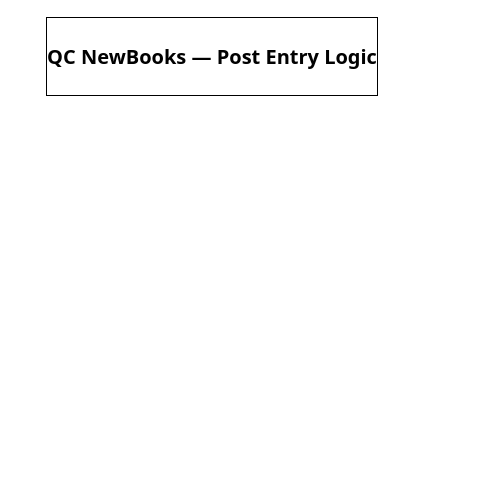
This is QC_NewBooks_Diagrams.drawio from BacchusW/diagram-qc-new-books, a draw.io file, before an edit. Source tidied: cells renumbered, new cells numbered last; positions are measured from the earlier drawing's top-left corner, leaving out a move shared by most shapes. Both pictures are drawn from the tidied source at 100%, with x=0, y=0 at pixel (17, 41).
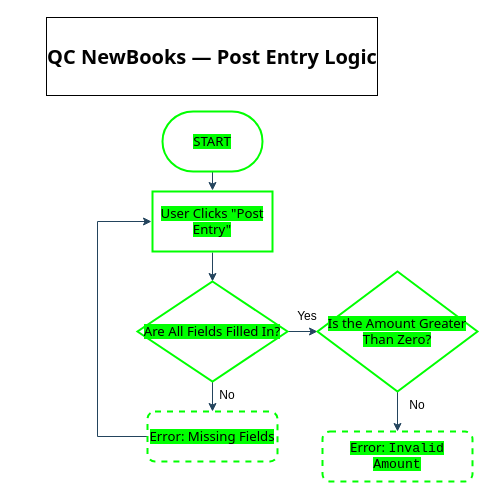
The same page after the edit.

Diff of the diagram source:
```diff
@@
+    <mxCell id="3" style="edgeStyle=orthogonalEdgeStyle;rounded=0;jettySize=auto;html=1;exitX=0.5;exitY=1;exitDx=0;exitDy=0;exitPerimeter=0;entryX=0.5;entryY=0;entryDx=0;entryDy=0;strokeColor=#23445D;" parent="1" edge="1" source="4" target="6">
+      <mxGeometry relative="1" as="geometry" />
+    </mxCell>
+    <mxCell id="4" value="&lt;span style=&quot;font-size: 13.192px; text-align: start; background-color: rgb(0, 255, 0);&quot;&gt;&lt;font style=&quot;color: rgb(0, 0, 0);&quot; face=&quot;Tahoma&quot;&gt;START&lt;/font&gt;&lt;/span&gt;" style="strokeWidth=2;html=1;shape=mxgraph.flowchart.terminator;whiteSpace=wrap;strokeColor=#00FF00;fontColor=#FFFFFF;fillColor=#FFFFFF;labelBackgroundColor=default;" parent="1" vertex="1">
+      <mxGeometry x="145" y="70" width="100" height="60" as="geometry" />
+    </mxCell>
+    <mxCell id="5" style="edgeStyle=orthogonalEdgeStyle;rounded=0;jettySize=auto;html=1;exitX=0.5;exitY=1;exitDx=0;exitDy=0;entryX=0.5;entryY=0;entryDx=0;entryDy=0;strokeColor=#23445D;" parent="1" edge="1" source="6" target="9">
+      <mxGeometry relative="1" as="geometry" />
+    </mxCell>
+    <mxCell id="6" value="&lt;span style=&quot;font-size: 13.192px; text-align: start; background-color: rgb(0, 255, 0);&quot;&gt;&lt;font style=&quot;color: rgb(0, 0, 0);&quot; face=&quot;Tahoma&quot;&gt;User Clicks &quot;Post Entry&quot;&lt;/font&gt;&lt;/span&gt;" style="rounded=0;whiteSpace=wrap;html=1;strokeColor=#00FF00;fontColor=#FFFFFF;fillColor=#FFFFFF;perimeterSpacing=1;strokeWidth=2;" parent="1" vertex="1">
+      <mxGeometry x="135" y="150" width="120" height="60" as="geometry" />
+    </mxCell>
+    <mxCell id="7" style="edgeStyle=orthogonalEdgeStyle;rounded=0;jettySize=auto;html=1;exitX=0.5;exitY=1;exitDx=0;exitDy=0;entryX=0.5;entryY=0;entryDx=0;entryDy=0;strokeColor=#23445D;" parent="1" edge="1" source="9" target="11">
+      <mxGeometry relative="1" as="geometry" />
+    </mxCell>
+    <mxCell id="8" style="edgeStyle=orthogonalEdgeStyle;rounded=0;jettySize=auto;html=1;exitX=1;exitY=0.5;exitDx=0;exitDy=0;strokeColor=#23445D;" parent="1" edge="1" source="9">
+      <mxGeometry relative="1" as="geometry">
+        <mxPoint x="300" y="290" as="targetPoint" />
+      </mxGeometry>
+    </mxCell>
+    <mxCell id="9" value="&lt;span style=&quot;font-size: 13.192px; text-align: start; background-color: rgb(0, 255, 0);&quot;&gt;&lt;font style=&quot;color: rgb(0, 0, 0);&quot; face=&quot;Tahoma&quot;&gt;Are All Fields Filled In?&lt;/font&gt;&lt;/span&gt;" style="rhombus;whiteSpace=wrap;html=1;strokeColor=#00FF00;fontColor=#FFFFFF;fillColor=#FFFFFF;strokeWidth=2;" parent="1" vertex="1">
+      <mxGeometry x="120" y="240" width="150" height="100" as="geometry" />
+    </mxCell>
+    <mxCell id="10" style="edgeStyle=orthogonalEdgeStyle;rounded=0;jettySize=auto;html=1;exitX=0;exitY=0.5;exitDx=0;exitDy=0;entryX=0;entryY=0.5;entryDx=0;entryDy=0;strokeColor=#23445D;" parent="1" edge="1" source="11" target="6">
+      <mxGeometry relative="1" as="geometry">
+        <Array as="points">
+          <mxPoint x="80" y="395" />
+          <mxPoint x="80" y="180" />
+        </Array>
+      </mxGeometry>
+    </mxCell>
+    <mxCell id="11" value="&lt;span style=&quot;font-size: 13.192px; text-align: start; background-color: rgb(0, 255, 0);&quot;&gt;&lt;font style=&quot;color: rgb(0, 0, 0);&quot; face=&quot;Tahoma&quot;&gt;Error: Missing Fields&lt;/font&gt;&lt;/span&gt;" style="rounded=1;whiteSpace=wrap;html=1;strokeColor=#00FF00;fontColor=#FFFFFF;fillColor=#FFFFFF;dashed=1;strokeWidth=2;" parent="1" vertex="1">
+      <mxGeometry x="130" y="370" width="130" height="50" as="geometry" />
+    </mxCell>
+    <mxCell id="12" value="&lt;font style=&quot;color: rgb(1, 1, 1);&quot;&gt;No&lt;/font&gt;&lt;div&gt;&lt;br&gt;&lt;/div&gt;" style="text;html=1;whiteSpace=wrap;strokeColor=none;fillColor=none;align=center;verticalAlign=middle;rounded=0;fontColor=#FFFFFF;" parent="1" vertex="1">
+      <mxGeometry x="200" y="360" width="20" as="geometry" />
+    </mxCell>
+    <mxCell id="13" value="Yes" style="text;html=1;whiteSpace=wrap;strokeColor=none;fillColor=none;align=center;verticalAlign=middle;rounded=0;fontColor=#010101;" parent="1" vertex="1">
+      <mxGeometry x="280" y="270" width="20" height="10" as="geometry" />
+    </mxCell>
+    <mxCell id="14" style="edgeStyle=orthogonalEdgeStyle;rounded=0;jettySize=auto;html=1;exitX=0.5;exitY=1;exitDx=0;exitDy=0;entryX=0.5;entryY=0;entryDx=0;entryDy=0;strokeColor=#23445D;" parent="1" edge="1" source="15" target="16">
+      <mxGeometry relative="1" as="geometry" />
+    </mxCell>
+    <mxCell id="15" value="&lt;span style=&quot;font-size: 13.192px; background-color: rgb(0, 255, 0);&quot;&gt;&lt;font style=&quot;color: rgb(0, 0, 0);&quot; face=&quot;Tahoma&quot;&gt;Is the Amount Greater Than Zero?&lt;/font&gt;&lt;/span&gt;" style="rhombus;whiteSpace=wrap;html=1;strokeColor=#00FF00;fontColor=#FFFFFF;fillColor=#FFFFFF;strokeWidth=2;align=center;" parent="1" vertex="1">
+      <mxGeometry x="300" y="230" width="160" height="120" as="geometry" />
+    </mxCell>
+    <mxCell id="16" value="&lt;font style=&quot;color: rgb(0, 0, 0); background-color: rgb(0, 255, 0);&quot;&gt;&lt;span style=&quot;font-size: 13.192px; text-align: start;&quot;&gt;&lt;font style=&quot;color: rgb(0, 0, 0);&quot; face=&quot;Tahoma&quot;&gt;Error:&amp;nbsp;&lt;/font&gt;&lt;/span&gt;&lt;span style=&quot;font-family: &amp;quot;Share Tech Mono&amp;quot;, monospace; font-size: 13.192px; text-align: start;&quot;&gt;Invalid Amount&lt;/span&gt;&lt;/font&gt;" style="rounded=1;whiteSpace=wrap;html=1;strokeColor=#00FF00;fontColor=#FFFFFF;fillColor=#FFFFFF;dashed=1;strokeWidth=2;" parent="1" vertex="1">
+      <mxGeometry x="305" y="390" width="150" height="50" as="geometry" />
+    </mxCell>
+    <mxCell id="17" value="&lt;font style=&quot;color: rgb(1, 1, 1);&quot;&gt;No&lt;/font&gt;&lt;div&gt;&lt;br&gt;&lt;/div&gt;" style="text;html=1;whiteSpace=wrap;strokeColor=none;fillColor=none;align=center;verticalAlign=middle;rounded=0;fontColor=#FFFFFF;" parent="1" vertex="1">
+      <mxGeometry x="390" y="370" width="20" as="geometry" />
+    </mxCell>
```
